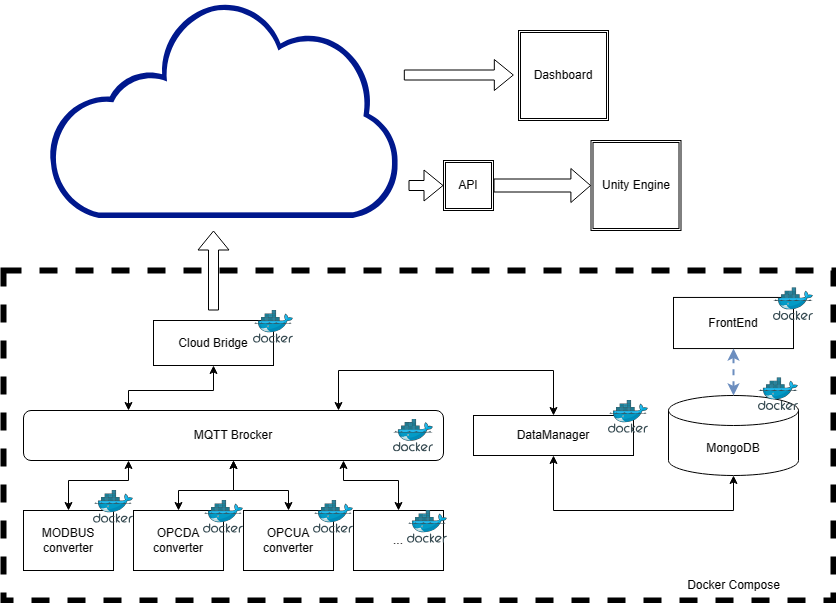
LuisCMoreira/TwinPaca_Community keeps this draw.io diagram as Arch_Design.png. Above is the earlier version. Source tidied: cells renumbered, new cells last; positions are measured from the earlier drawing's top-left corner, leaving out a move shared by most shapes.
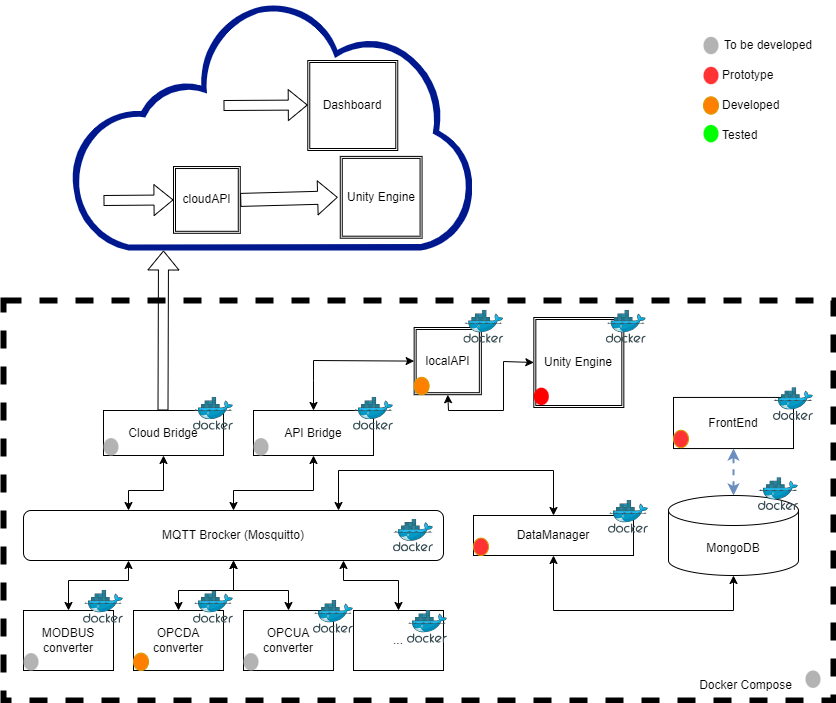
The same diagram one commit later.

The edit, as a diff of the source:
```diff
@@ -3,12 +3,12 @@
     <mxCell id="0" />
     <mxCell id="1" parent="0" />
     <mxCell id="2" style="rounded=0;whiteSpace=wrap;html=1;fillColor=none;dashed=1;strokeWidth=6;" parent="1" vertex="1">
-      <mxGeometry y="270" width="830" height="330" as="geometry" />
+      <mxGeometry y="200" width="830" height="400" as="geometry" />
     </mxCell>
     <mxCell id="3" value="OPCDA converter" style="rounded=0;whiteSpace=wrap;html=1;" parent="1" vertex="1">
       <mxGeometry x="130" y="510" width="90" height="60" as="geometry" />
     </mxCell>
-    <mxCell id="4" value="MQTT Brocker" style="rounded=1;whiteSpace=wrap;html=1;" parent="1" vertex="1">
+    <mxCell id="4" value="MQTT Brocker (Mosquitto)" style="rounded=1;whiteSpace=wrap;html=1;" parent="1" vertex="1">
       <mxGeometry x="20" y="410" width="420" height="50" as="geometry" />
     </mxCell>
     <mxCell id="5" value="MODBUS converter" style="rounded=0;whiteSpace=wrap;html=1;" parent="1" vertex="1">
@@ -24,13 +24,13 @@
       <mxGeometry x="665" y="395" width="130" height="80" as="geometry" />
     </mxCell>
     <mxCell id="9" value="Cloud Bridge" style="rounded=0;whiteSpace=wrap;html=1;" parent="1" vertex="1">
-      <mxGeometry x="150" y="320" width="120" height="45" as="geometry" />
+      <mxGeometry x="100" y="310" width="120" height="45" as="geometry" />
     </mxCell>
     <mxCell id="10" value="DataManager" style="rounded=0;whiteSpace=wrap;html=1;" parent="1" vertex="1">
       <mxGeometry x="470" y="415" width="160" height="40" as="geometry" />
     </mxCell>
     <mxCell id="11" style="image;sketch=0;html=1;align=center;fontSize=12;image=img/lib/mscae/Docker.svg;" parent="1" vertex="1">
-      <mxGeometry x="200" y="500" width="40" height="32.8" as="geometry" />
+      <mxGeometry x="190" y="490" width="40" height="32.8" as="geometry" />
     </mxCell>
     <mxCell id="12" style="image;sketch=0;html=1;align=center;fontSize=12;image=img/lib/mscae/Docker.svg;" parent="1" vertex="1">
       <mxGeometry x="390" y="418.6" width="40" height="32.8" as="geometry" />
@@ -42,10 +42,10 @@
       <mxGeometry x="310" y="500" width="40" height="32.8" as="geometry" />
     </mxCell>
     <mxCell id="15" style="image;sketch=0;html=1;align=center;fontSize=12;image=img/lib/mscae/Docker.svg;" parent="1" vertex="1">
-      <mxGeometry x="90" y="490" width="40" height="32.8" as="geometry" />
+      <mxGeometry x="80" y="490" width="40" height="32.8" as="geometry" />
     </mxCell>
     <mxCell id="16" style="image;sketch=0;html=1;align=center;fontSize=12;image=img/lib/mscae/Docker.svg;" parent="1" vertex="1">
-      <mxGeometry x="250" y="310" width="40" height="32.8" as="geometry" />
+      <mxGeometry x="190" y="296.9" width="40" height="32.8" as="geometry" />
     </mxCell>
     <mxCell id="17" style="image;sketch=0;html=1;align=center;fontSize=12;image=img/lib/mscae/Docker.svg;" parent="1" vertex="1">
       <mxGeometry x="755" y="377.2" width="40" height="32.8" as="geometry" />
@@ -54,7 +54,7 @@
       <mxGeometry x="605" y="400" width="40" height="32.8" as="geometry" />
     </mxCell>
     <mxCell id="19" style="sketch=0;shadow=0;dashed=0;html=1;strokeColor=none;labelPosition=center;verticalLabelPosition=bottom;verticalAlign=top;align=center;fillColor=#00188D;shape=mxgraph.mscae.enterprise.internet_hollow;" parent="1" vertex="1">
-      <mxGeometry x="44.7" width="350.6" height="217.4" as="geometry" />
+      <mxGeometry x="66.8" y="-100" width="403.2" height="250" as="geometry" />
     </mxCell>
     <mxCell id="20" value="FrontEnd" style="rounded=0;whiteSpace=wrap;html=1;" parent="1" vertex="1">
       <mxGeometry x="670" y="296.9" width="120" height="51.1" as="geometry" />
@@ -63,20 +63,20 @@
       <mxGeometry x="770" y="287.2" width="40" height="32.8" as="geometry" />
     </mxCell>
     <mxCell id="22" value="Dashboard" style="shape=ext;double=1;whiteSpace=wrap;html=1;" parent="1" vertex="1">
-      <mxGeometry x="515" y="30" width="90" height="90" as="geometry" />
+      <mxGeometry x="304.3" y="-40" width="90" height="90" as="geometry" />
     </mxCell>
     <mxCell id="23" value="Unity Engine" style="shape=ext;double=1;whiteSpace=wrap;html=1;" parent="1" vertex="1">
-      <mxGeometry x="587.5" y="140" width="90" height="90" as="geometry" />
+      <mxGeometry x="336.8" y="55.9" width="81.8" height="81.8" as="geometry" />
     </mxCell>
     <mxCell id="24" style="shape=flexArrow;endArrow=classic;html=1;rounded=0;entryX=0;entryY=0.5;entryDx=0;entryDy=0;" parent="1" edge="1" target="35">
       <mxGeometry relative="1" as="geometry">
-        <mxPoint x="405" y="185" as="sourcePoint" />
+        <mxPoint x="100" y="100" as="sourcePoint" />
       </mxGeometry>
     </mxCell>
     <mxCell id="25" style="shape=flexArrow;endArrow=classic;html=1;rounded=0;entryX=0;entryY=0.5;entryDx=0;entryDy=0;" parent="1" edge="1">
       <mxGeometry relative="1" as="geometry">
-        <mxPoint x="400.3" y="74.5" as="sourcePoint" />
-        <mxPoint x="510.3" y="74.5" as="targetPoint" />
+        <mxPoint x="220" y="5" as="sourcePoint" />
+        <mxPoint x="304.3" y="4.5" as="targetPoint" />
       </mxGeometry>
     </mxCell>
     <mxCell id="26" style="endArrow=classic;startArrow=classic;html=1;rounded=0;exitX=0.5;exitY=0;exitDx=0;exitDy=0;" parent="1" edge="1" source="7">
@@ -115,7 +115,7 @@
     <mxCell id="30" style="endArrow=classic;startArrow=classic;html=1;rounded=0;entryX=0.25;entryY=0;entryDx=0;entryDy=0;exitX=0.5;exitY=1;exitDx=0;exitDy=0;" parent="1" edge="1" source="9" target="4">
       <mxGeometry relative="1" as="geometry">
         <Array as="points">
-          <mxPoint x="210" y="390" />
+          <mxPoint x="160" y="390" />
           <mxPoint x="125" y="390" />
         </Array>
       </mxGeometry>
@@ -133,18 +133,20 @@
     </mxCell>
     <mxCell id="33" style="shape=flexArrow;endArrow=classic;html=1;rounded=0;" parent="1" edge="1">
       <mxGeometry relative="1" as="geometry">
-        <mxPoint x="210" y="310" as="sourcePoint" />
-        <mxPoint x="210" y="230" as="targetPoint" />
+        <mxPoint x="159.5" y="310" as="sourcePoint" />
+        <mxPoint x="160" y="150" as="targetPoint" />
       </mxGeometry>
     </mxCell>
     <mxCell id="34" value="Docker Compose" style="text;html=1;strokeColor=none;fillColor=none;align=center;verticalAlign=middle;whiteSpace=wrap;rounded=0;" parent="1" vertex="1">
-      <mxGeometry x="677.5" y="570" width="105" height="30" as="geometry" />
+      <mxGeometry x="690" y="570" width="105" height="30" as="geometry" />
     </mxCell>
-    <mxCell id="35" value="API" style="shape=ext;double=1;whiteSpace=wrap;html=1;" parent="1" vertex="1">
-      <mxGeometry x="440" y="160" width="50" height="50" as="geometry" />
+    <mxCell id="35" value="cloudAPI" style="shape=ext;double=1;whiteSpace=wrap;html=1;" parent="1" vertex="1">
+      <mxGeometry x="170" y="66" width="66.8" height="66.8" as="geometry" />
     </mxCell>
-    <mxCell id="36" style="shape=flexArrow;endArrow=classic;html=1;rounded=0;entryX=0;entryY=0.5;entryDx=0;entryDy=0;width=13;endSize=6.2;exitX=1;exitY=0.5;exitDx=0;exitDy=0;" parent="1" edge="1" source="35" target="23">
-      <mxGeometry relative="1" as="geometry" />
+    <mxCell id="36" style="shape=flexArrow;endArrow=classic;html=1;rounded=0;entryX=0;entryY=0.5;entryDx=0;entryDy=0;width=13;endSize=6.2;exitX=1;exitY=0.5;exitDx=0;exitDy=0;" parent="1" edge="1" source="35">
+      <mxGeometry relative="1" as="geometry">
+        <mxPoint x="334.3" y="96.8" as="targetPoint" />
+      </mxGeometry>
     </mxCell>
     <mxCell id="37" style="endArrow=classic;startArrow=classic;html=1;rounded=0;entryX=0.5;entryY=1;entryDx=0;entryDy=0;exitX=0.5;exitY=1;exitDx=0;exitDy=0;exitPerimeter=0;" parent="1" edge="1" source="8" target="10">
       <mxGeometry relative="1" as="geometry">
@@ -154,5 +156,102 @@
         </Array>
       </mxGeometry>
     </mxCell>
+    <mxCell id="38" value="API Bridge" style="rounded=0;whiteSpace=wrap;html=1;" parent="1" vertex="1">
+      <mxGeometry x="250" y="310" width="120" height="45" as="geometry" />
+    </mxCell>
+    <mxCell id="39" value="Unity Engine" style="shape=ext;double=1;whiteSpace=wrap;html=1;" parent="1" vertex="1">
+      <mxGeometry x="530.3" y="217" width="90" height="90" as="geometry" />
+    </mxCell>
+    <mxCell id="40" value="localAPI" style="shape=ext;double=1;whiteSpace=wrap;html=1;" parent="1" vertex="1">
+      <mxGeometry x="410.6" y="227" width="67.2" height="67.2" as="geometry" />
+    </mxCell>
+    <mxCell id="41" style="endArrow=classic;startArrow=classic;html=1;rounded=0;entryX=0.5;entryY=0;entryDx=0;entryDy=0;exitX=0.5;exitY=1;exitDx=0;exitDy=0;" parent="1" edge="1" source="38" target="4">
+      <mxGeometry relative="1" as="geometry">
+        <Array as="points">
+          <mxPoint x="310" y="390" />
+          <mxPoint x="230" y="390" />
+        </Array>
+      </mxGeometry>
+    </mxCell>
+    <mxCell id="42" style="endArrow=classic;startArrow=classic;html=1;rounded=0;entryX=0;entryY=0.5;entryDx=0;entryDy=0;exitX=0.5;exitY=0;exitDx=0;exitDy=0;" parent="1" edge="1" source="38" target="40">
+      <mxGeometry relative="1" as="geometry">
+        <Array as="points">
+          <mxPoint x="310" y="280" />
+          <mxPoint x="310" y="260" />
+        </Array>
+      </mxGeometry>
+    </mxCell>
+    <mxCell id="43" style="endArrow=classic;startArrow=classic;html=1;rounded=0;entryX=0.5;entryY=1;entryDx=0;entryDy=0;exitX=0;exitY=0.5;exitDx=0;exitDy=0;" parent="1" edge="1" source="39" target="40">
+      <mxGeometry relative="1" as="geometry">
+        <Array as="points">
+          <mxPoint x="500" y="261" />
+          <mxPoint x="500" y="310" />
+          <mxPoint x="445" y="310" />
+        </Array>
+      </mxGeometry>
+    </mxCell>
+    <mxCell id="44" style="image;sketch=0;html=1;align=center;fontSize=12;image=img/lib/mscae/Docker.svg;" parent="1" vertex="1">
+      <mxGeometry x="350" y="296.9" width="40" height="32.8" as="geometry" />
+    </mxCell>
+    <mxCell id="45" style="image;sketch=0;html=1;align=center;fontSize=12;image=img/lib/mscae/Docker.svg;" parent="1" vertex="1">
+      <mxGeometry x="460.3" y="210" width="40" height="32.8" as="geometry" />
+    </mxCell>
+    <mxCell id="46" style="image;sketch=0;html=1;align=center;fontSize=12;image=img/lib/mscae/Docker.svg;" parent="1" vertex="1">
+      <mxGeometry x="602.8" y="210" width="40" height="32.8" as="geometry" />
+    </mxCell>
+    <mxCell id="47" style="ellipse;whiteSpace=wrap;html=1;fillColor=#FF3333;strokeColor=#d79b00;" parent="1" vertex="1">
+      <mxGeometry x="470" y="437.6" width="15" height="17.4" as="geometry" />
+    </mxCell>
+    <mxCell id="48" style="ellipse;whiteSpace=wrap;html=1;fillColor=#FF3333;strokeColor=#d79b00;" parent="1" vertex="1">
+      <mxGeometry x="670" y="329.8" width="15" height="17.4" as="geometry" />
+    </mxCell>
+    <mxCell id="49" style="ellipse;whiteSpace=wrap;html=1;fillColor=#FF8000;strokeColor=#d79b00;" parent="1" vertex="1">
+      <mxGeometry x="130" y="552.6" width="15" height="17.4" as="geometry" />
+    </mxCell>
+    <mxCell id="50" style="ellipse;whiteSpace=wrap;html=1;fillColor=#FF8000;strokeColor=#d79b00;" parent="1" vertex="1">
+      <mxGeometry x="410.6" y="276.8" width="15" height="17.4" as="geometry" />
+    </mxCell>
+    <mxCell id="51" style="ellipse;whiteSpace=wrap;html=1;fillColor=#B3B3B3;strokeColor=none;" parent="1" vertex="1">
+      <mxGeometry x="20" y="552.6" width="15" height="17.4" as="geometry" />
+    </mxCell>
+    <mxCell id="52" style="ellipse;whiteSpace=wrap;html=1;fillColor=#B3B3B3;strokeColor=none;" parent="1" vertex="1">
+      <mxGeometry x="240" y="552.6" width="15" height="17.4" as="geometry" />
+    </mxCell>
+    <mxCell id="53" style="ellipse;whiteSpace=wrap;html=1;fillColor=#B3B3B3;strokeColor=none;" parent="1" vertex="1">
+      <mxGeometry x="100" y="337.6" width="15" height="17.4" as="geometry" />
+    </mxCell>
+    <mxCell id="54" style="ellipse;whiteSpace=wrap;html=1;fillColor=#B3B3B3;strokeColor=none;" parent="1" vertex="1">
+      <mxGeometry x="250" y="337.6" width="15" height="17.4" as="geometry" />
+    </mxCell>
+    <mxCell id="55" style="ellipse;whiteSpace=wrap;html=1;fillColor=#FF0000;strokeColor=none;" parent="1" vertex="1">
+      <mxGeometry x="530.3" y="287.2" width="15" height="17.4" as="geometry" />
+    </mxCell>
+    <mxCell id="56" style="ellipse;whiteSpace=wrap;html=1;fillColor=#B3B3B3;strokeColor=none;" parent="1" vertex="1">
+      <mxGeometry x="802" y="570" width="15" height="17.4" as="geometry" />
+    </mxCell>
+    <mxCell id="57" value="To be developed" style="text;html=1;strokeColor=none;fillColor=none;align=center;verticalAlign=middle;whiteSpace=wrap;rounded=0;" parent="1" vertex="1">
+      <mxGeometry x="715" y="-70" width="100" height="30" as="geometry" />
+    </mxCell>
+    <mxCell id="58" value="Prototype" style="text;html=1;strokeColor=none;fillColor=none;align=left;verticalAlign=middle;whiteSpace=wrap;rounded=0;" parent="1" vertex="1">
+      <mxGeometry x="717" y="-40" width="100" height="30" as="geometry" />
+    </mxCell>
+    <mxCell id="59" value="Developed" style="text;html=1;strokeColor=none;fillColor=none;align=left;verticalAlign=middle;whiteSpace=wrap;rounded=0;" parent="1" vertex="1">
+      <mxGeometry x="717" y="-10" width="100" height="30" as="geometry" />
+    </mxCell>
+    <mxCell id="60" value="Tested" style="text;html=1;strokeColor=none;fillColor=none;align=left;verticalAlign=middle;whiteSpace=wrap;rounded=0;" parent="1" vertex="1">
+      <mxGeometry x="717" y="20" width="100" height="30" as="geometry" />
+    </mxCell>
+    <mxCell id="61" style="ellipse;whiteSpace=wrap;html=1;fillColor=#FF8000;strokeColor=#d79b00;" parent="1" vertex="1">
+      <mxGeometry x="700" y="-3.7" width="15" height="17.4" as="geometry" />
+    </mxCell>
+    <mxCell id="62" style="ellipse;whiteSpace=wrap;html=1;fillColor=#FF3333;strokeColor=none;" parent="1" vertex="1">
+      <mxGeometry x="700" y="-33.7" width="15" height="17.4" as="geometry" />
+    </mxCell>
+    <mxCell id="63" style="ellipse;whiteSpace=wrap;html=1;fillColor=#B3B3B3;strokeColor=none;" parent="1" vertex="1">
+      <mxGeometry x="700" y="-63.7" width="15" height="17.4" as="geometry" />
+    </mxCell>
+    <mxCell id="64" style="ellipse;whiteSpace=wrap;html=1;fillColor=#00FF00;strokeColor=none;" parent="1" vertex="1">
+      <mxGeometry x="700" y="24.4" width="15" height="17.4" as="geometry" />
+    </mxCell>
   </root>
 </mxGraphModel>
```
